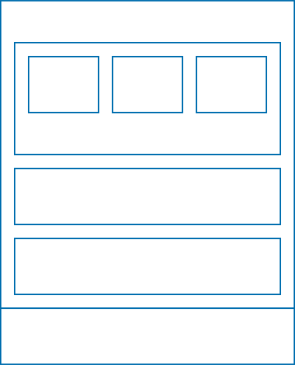
Above: diagrams/Type_2_Hypervisor.svg in ucudal/ANDIS_Conceptos (draw.io), before the change. Source tidied: cells renumbered, new cells last; positions are measured from the earlier drawing's top-left corner, leaving out a move shared by most shapes. Its diagram source:
```xml
<mxGraphModel>
  <root>
    <mxCell id="0" />
    <mxCell id="1" parent="0" />
    <mxCell id="2" value="Computador anfritrión" style="rounded=0;whiteSpace=wrap;html=1;fillColor=none;fontColor=light-dark(#FFFFFF,#006EAF);strokeColor=light-dark(#006EAF,#006EAF);verticalAlign=top;" parent="1" vertex="1">
      <mxGeometry width="210" height="220" as="geometry" />
    </mxCell>
    <mxCell id="3" value="Sistema operativo" style="rounded=0;whiteSpace=wrap;html=1;fillColor=none;fontColor=light-dark(#FFFFFF,#006EAF);strokeColor=light-dark(#006EAF,#006EAF);" parent="1" vertex="1">
      <mxGeometry y="220" width="210" height="40" as="geometry" />
    </mxCell>
    <mxCell id="4" style="group;" parent="1" vertex="1">
      <mxGeometry x="10" y="30" width="190" height="80" as="geometry" />
    </mxCell>
    <mxCell id="5" value="VM1" style="rounded=0;whiteSpace=wrap;html=1;fillColor=none;fontColor=light-dark(#FFFFFF,#006EAF);strokeColor=light-dark(#006EAF,#006EAF);" parent="4" vertex="1">
      <mxGeometry x="10" y="10" width="50" height="40" as="geometry" />
    </mxCell>
    <mxCell id="6" value="VM2" style="rounded=0;whiteSpace=wrap;html=1;fillColor=none;fontColor=light-dark(#FFFFFF,#006EAF);strokeColor=light-dark(#006EAF,#006EAF);" parent="4" vertex="1">
      <mxGeometry x="70" y="10" width="50" height="40" as="geometry" />
    </mxCell>
    <mxCell id="7" value="VM3" style="rounded=0;whiteSpace=wrap;html=1;fillColor=none;fontColor=light-dark(#FFFFFF,#006EAF);strokeColor=light-dark(#006EAF,#006EAF);" parent="4" vertex="1">
      <mxGeometry x="130" y="10" width="50" height="40" as="geometry" />
    </mxCell>
    <mxCell id="8" value="Hipervisor huésped" style="rounded=0;whiteSpace=wrap;html=1;fillColor=none;fontColor=light-dark(#FFFFFF,#006EAF);strokeColor=light-dark(#006EAF,#006EAF);verticalAlign=bottom;" parent="4" vertex="1">
      <mxGeometry width="190" height="80" as="geometry" />
    </mxCell>
    <mxCell id="9" value="Otras aplicaciones" style="rounded=0;whiteSpace=wrap;html=1;fillColor=none;fontColor=light-dark(#FFFFFF,#006EAF);strokeColor=light-dark(#006EAF,#006EAF);" parent="1" vertex="1">
      <mxGeometry x="10" y="120" width="190" height="40" as="geometry" />
    </mxCell>
    <mxCell id="10" value="Otras aplicaciones" style="rounded=0;whiteSpace=wrap;html=1;fillColor=none;fontColor=light-dark(#FFFFFF,#006EAF);strokeColor=light-dark(#006EAF,#006EAF);" parent="1" vertex="1">
      <mxGeometry x="10" y="170" width="190" height="40" as="geometry" />
    </mxCell>
  </root>
</mxGraphModel>
```
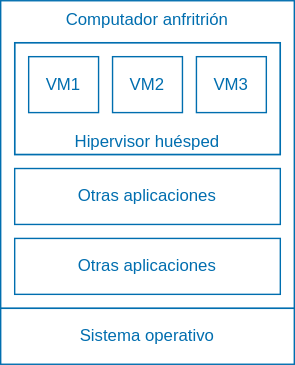
Above is the later version.

Diff of the diagram source:
```diff
@@ -2,31 +2,31 @@
   <root>
     <mxCell id="0" />
     <mxCell id="1" parent="0" />
-    <mxCell id="2" value="Computador anfritrión" style="rounded=0;whiteSpace=wrap;html=1;fillColor=none;fontColor=light-dark(#FFFFFF,#006EAF);strokeColor=light-dark(#006EAF,#006EAF);verticalAlign=top;" parent="1" vertex="1">
+    <mxCell id="2" value="Computador anfritrión" style="rounded=0;whiteSpace=wrap;html=1;fillColor=none;fontColor=light-dark(#006EAF,#006EAF);strokeColor=light-dark(#006EAF,#006EAF);verticalAlign=top;" parent="1" vertex="1">
       <mxGeometry width="210" height="220" as="geometry" />
     </mxCell>
-    <mxCell id="3" value="Sistema operativo" style="rounded=0;whiteSpace=wrap;html=1;fillColor=none;fontColor=light-dark(#FFFFFF,#006EAF);strokeColor=light-dark(#006EAF,#006EAF);" parent="1" vertex="1">
+    <mxCell id="3" value="Sistema operativo" style="rounded=0;whiteSpace=wrap;html=1;fillColor=none;fontColor=light-dark(#006EAF,#006EAF);strokeColor=light-dark(#006EAF,#006EAF);" parent="1" vertex="1">
       <mxGeometry y="220" width="210" height="40" as="geometry" />
     </mxCell>
-    <mxCell id="4" style="group;" parent="1" vertex="1">
+    <mxCell id="4" style="group;strokeColor=light-dark(#006EAF,#006EAF);fontColor=light-dark(#006EAF,#006EAF);" parent="1" vertex="1">
       <mxGeometry x="10" y="30" width="190" height="80" as="geometry" />
     </mxCell>
-    <mxCell id="5" value="VM1" style="rounded=0;whiteSpace=wrap;html=1;fillColor=none;fontColor=light-dark(#FFFFFF,#006EAF);strokeColor=light-dark(#006EAF,#006EAF);" parent="4" vertex="1">
+    <mxCell id="5" value="VM1" style="rounded=0;whiteSpace=wrap;html=1;fillColor=none;fontColor=light-dark(#006EAF,#006EAF);strokeColor=light-dark(#006EAF,#006EAF);" parent="4" vertex="1">
       <mxGeometry x="10" y="10" width="50" height="40" as="geometry" />
     </mxCell>
-    <mxCell id="6" value="VM2" style="rounded=0;whiteSpace=wrap;html=1;fillColor=none;fontColor=light-dark(#FFFFFF,#006EAF);strokeColor=light-dark(#006EAF,#006EAF);" parent="4" vertex="1">
+    <mxCell id="6" value="VM2" style="rounded=0;whiteSpace=wrap;html=1;fillColor=none;fontColor=light-dark(#006EAF,#006EAF);strokeColor=light-dark(#006EAF,#006EAF);" parent="4" vertex="1">
       <mxGeometry x="70" y="10" width="50" height="40" as="geometry" />
     </mxCell>
-    <mxCell id="7" value="VM3" style="rounded=0;whiteSpace=wrap;html=1;fillColor=none;fontColor=light-dark(#FFFFFF,#006EAF);strokeColor=light-dark(#006EAF,#006EAF);" parent="4" vertex="1">
+    <mxCell id="7" value="VM3" style="rounded=0;whiteSpace=wrap;html=1;fillColor=none;fontColor=light-dark(#006EAF,#006EAF);strokeColor=light-dark(#006EAF,#006EAF);" parent="4" vertex="1">
       <mxGeometry x="130" y="10" width="50" height="40" as="geometry" />
     </mxCell>
-    <mxCell id="8" value="Hipervisor huésped" style="rounded=0;whiteSpace=wrap;html=1;fillColor=none;fontColor=light-dark(#FFFFFF,#006EAF);strokeColor=light-dark(#006EAF,#006EAF);verticalAlign=bottom;" parent="4" vertex="1">
+    <mxCell id="8" value="Hipervisor huésped" style="rounded=0;whiteSpace=wrap;html=1;fillColor=none;fontColor=light-dark(#006EAF,#006EAF);strokeColor=light-dark(#006EAF,#006EAF);verticalAlign=bottom;" parent="4" vertex="1">
       <mxGeometry width="190" height="80" as="geometry" />
     </mxCell>
-    <mxCell id="9" value="Otras aplicaciones" style="rounded=0;whiteSpace=wrap;html=1;fillColor=none;fontColor=light-dark(#FFFFFF,#006EAF);strokeColor=light-dark(#006EAF,#006EAF);" parent="1" vertex="1">
+    <mxCell id="9" value="Otras aplicaciones" style="rounded=0;whiteSpace=wrap;html=1;fillColor=none;fontColor=light-dark(#006EAF,#006EAF);strokeColor=light-dark(#006EAF,#006EAF);" parent="1" vertex="1">
       <mxGeometry x="10" y="120" width="190" height="40" as="geometry" />
     </mxCell>
-    <mxCell id="10" value="Otras aplicaciones" style="rounded=0;whiteSpace=wrap;html=1;fillColor=none;fontColor=light-dark(#FFFFFF,#006EAF);strokeColor=light-dark(#006EAF,#006EAF);" parent="1" vertex="1">
+    <mxCell id="10" value="Otras aplicaciones" style="rounded=0;whiteSpace=wrap;html=1;fillColor=none;fontColor=light-dark(#006EAF,#006EAF);strokeColor=light-dark(#006EAF,#006EAF);" parent="1" vertex="1">
       <mxGeometry x="10" y="170" width="190" height="40" as="geometry" />
     </mxCell>
   </root>
```
